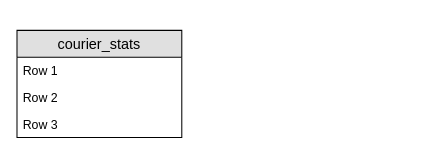
Before: ty/未命名表单.drawio in Lost-FFRL/draw, a draw.io diagram. Source tidied: cells renumbered, new cells numbered last; positions are measured from the earlier drawing's top-left corner, leaving out a move shared by most shapes. Both pictures are drawn from the tidied source at 103%, with x=0, y=0 at pixel (16, 30).
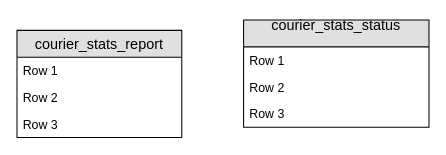
The same diagram, later.

Commit message:
快递员统计信息.drawio

What changed in the source:
```diff
@@
 <mxGraphModel>
   <root>
     <mxCell id="0" />
     <mxCell id="1" parent="0" />
-    <mxCell id="2" value="courier_stats" style="swimlane;fontStyle=0;horizontal=1;startSize=26;fillColor=#e0e0e0;swimlaneFillColor=#ffffff;align=center;fontSize=14;" parent="1" vertex="1">
+    <mxCell id="2" value="courier_stats_report" style="swimlane;fontStyle=0;horizontal=1;startSize=26;fillColor=#e0e0e0;swimlaneFillColor=#ffffff;align=center;fontSize=14;" parent="1" vertex="1">
       <mxGeometry width="160" height="104" as="geometry" />
     </mxCell>
     <mxCell id="3" value="Row 1" style="text;strokeColor=none;fillColor=none;spacingLeft=4;spacingRight=4;overflow=hidden;fontSize=12;" parent="2" vertex="1">
       <mxGeometry y="26" width="160" height="26" as="geometry" />
     </mxCell>
     <mxCell id="4" value="Row 2" style="text;strokeColor=none;fillColor=none;spacingLeft=4;spacingRight=4;overflow=hidden;fontSize=12;" parent="2" vertex="1">
       <mxGeometry y="52" width="160" height="26" as="geometry" />
     </mxCell>
     <mxCell id="5" value="Row 3" style="text;strokeColor=none;fillColor=none;spacingLeft=4;spacingRight=4;overflow=hidden;fontSize=12;" parent="2" vertex="1">
       <mxGeometry y="78" width="160" height="26" as="geometry" />
     </mxCell>
+    <mxCell id="6" value="courier_stats_status&#10;" style="swimlane;fontStyle=0;horizontal=1;startSize=26;fillColor=#e0e0e0;swimlaneFillColor=#ffffff;align=center;fontSize=14;" parent="1" vertex="1">
+      <mxGeometry x="220" y="-10" width="180" height="104" as="geometry" />
+    </mxCell>
+    <mxCell id="7" value="Row 1" style="text;strokeColor=none;fillColor=none;spacingLeft=4;spacingRight=4;overflow=hidden;fontSize=12;" parent="6" vertex="1">
+      <mxGeometry y="26" width="180" height="26" as="geometry" />
+    </mxCell>
+    <mxCell id="8" value="Row 2" style="text;strokeColor=none;fillColor=none;spacingLeft=4;spacingRight=4;overflow=hidden;fontSize=12;" parent="6" vertex="1">
+      <mxGeometry y="52" width="180" height="26" as="geometry" />
+    </mxCell>
+    <mxCell id="9" value="Row 3" style="text;strokeColor=none;fillColor=none;spacingLeft=4;spacingRight=4;overflow=hidden;fontSize=12;" parent="6" vertex="1">
+      <mxGeometry y="78" width="180" height="26" as="geometry" />
+    </mxCell>
   </root>
 </mxGraphModel>
```
